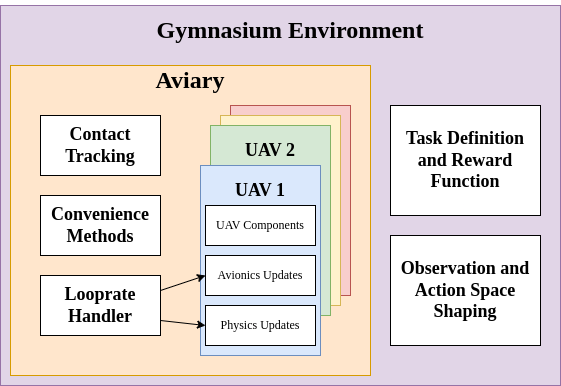
jjshoots/PyFlyt keeps this draw.io diagram as readme_assets/pyflyt_architecture.png. Above is the earlier version. Source tidied: cells renumbered, new cells last; positions are measured from the earlier drawing's top-left corner, leaving out a move shared by most shapes. Source of this version:
```xml
<mxGraphModel>
  <root>
    <mxCell id="0" />
    <mxCell id="1" parent="0" />
    <mxCell id="2" style="rounded=0;whiteSpace=wrap;html=1;fontFamily=Times New Roman;fillColor=#e1d5e7;strokeColor=#9673a6;" parent="1" vertex="1">
      <mxGeometry width="560" height="380" as="geometry" />
    </mxCell>
    <mxCell id="3" style="rounded=0;whiteSpace=wrap;html=1;fontFamily=Times New Roman;fillColor=#ffe6cc;strokeColor=#d79b00;" parent="1" vertex="1">
      <mxGeometry x="10" y="60" width="360" height="310" as="geometry" />
    </mxCell>
    <mxCell id="4" value="&lt;h2&gt;&lt;br&gt;&lt;/h2&gt;" style="rounded=0;whiteSpace=wrap;html=1;fontFamily=Times New Roman;fillColor=#f8cecc;strokeColor=#b85450;" parent="1" vertex="1">
      <mxGeometry x="230" y="100" width="120" height="190" as="geometry" />
    </mxCell>
    <mxCell id="5" value="&lt;h2&gt;&lt;br&gt;&lt;/h2&gt;" style="rounded=0;whiteSpace=wrap;html=1;fontFamily=Times New Roman;fillColor=#fff2cc;strokeColor=#d6b656;" parent="1" vertex="1">
      <mxGeometry x="220" y="110" width="120" height="190" as="geometry" />
    </mxCell>
    <mxCell id="6" value="&lt;h2&gt;&lt;br&gt;&lt;/h2&gt;" style="rounded=0;whiteSpace=wrap;html=1;fontFamily=Times New Roman;fillColor=#d5e8d4;strokeColor=#82b366;" parent="1" vertex="1">
      <mxGeometry x="210" y="120" width="120" height="190" as="geometry" />
    </mxCell>
    <mxCell id="7" value="&lt;h1&gt;&lt;font face=&quot;Times New Roman&quot;&gt;Aviary&lt;/font&gt;&lt;/h1&gt;" style="text;html=1;strokeColor=none;fillColor=none;align=center;verticalAlign=middle;whiteSpace=wrap;rounded=0;" parent="1" vertex="1">
      <mxGeometry x="130" y="60" width="120" height="30" as="geometry" />
    </mxCell>
    <mxCell id="8" value="&lt;h2&gt;&lt;br&gt;&lt;/h2&gt;" style="rounded=0;whiteSpace=wrap;html=1;fontFamily=Times New Roman;fillColor=#dae8fc;strokeColor=#6c8ebf;" parent="1" vertex="1">
      <mxGeometry x="200" y="160" width="120" height="190" as="geometry" />
    </mxCell>
    <mxCell id="9" value="&lt;h2&gt;UAV 1&lt;/h2&gt;" style="text;html=1;strokeColor=none;fillColor=none;align=center;verticalAlign=middle;whiteSpace=wrap;rounded=0;fontFamily=Times New Roman;" parent="1" vertex="1">
      <mxGeometry x="230" y="170" width="60" height="30" as="geometry" />
    </mxCell>
    <mxCell id="10" value="UAV Components" style="rounded=0;whiteSpace=wrap;html=1;fontFamily=Times New Roman;" parent="1" vertex="1">
      <mxGeometry x="205" y="200" width="110" height="40" as="geometry" />
    </mxCell>
    <mxCell id="11" value="Avionics Updates" style="rounded=0;whiteSpace=wrap;html=1;fontFamily=Times New Roman;" parent="1" vertex="1">
      <mxGeometry x="205" y="250" width="110" height="40" as="geometry" />
    </mxCell>
    <mxCell id="12" value="&lt;h2&gt;UAV 2&lt;/h2&gt;" style="text;html=1;strokeColor=none;fillColor=none;align=center;verticalAlign=middle;whiteSpace=wrap;rounded=0;fontFamily=Times New Roman;" parent="1" vertex="1">
      <mxGeometry x="240" y="130" width="60" height="30" as="geometry" />
    </mxCell>
    <mxCell id="13" value="Physics Updates" style="rounded=0;whiteSpace=wrap;html=1;fontFamily=Times New Roman;" parent="1" vertex="1">
      <mxGeometry x="205" y="300" width="110" height="40" as="geometry" />
    </mxCell>
    <mxCell id="14" value="&lt;h2&gt;Looprate Handler&lt;/h2&gt;" style="rounded=0;whiteSpace=wrap;html=1;fontFamily=Times New Roman;" parent="1" vertex="1">
      <mxGeometry x="40" y="270" width="120" height="60" as="geometry" />
    </mxCell>
    <mxCell id="15" value="&lt;h2&gt;Convenience Methods&lt;/h2&gt;" style="rounded=0;whiteSpace=wrap;html=1;fontFamily=Times New Roman;" parent="1" vertex="1">
      <mxGeometry x="40" y="190" width="120" height="60" as="geometry" />
    </mxCell>
    <mxCell id="16" style="endArrow=classic;html=1;rounded=0;fontFamily=Times New Roman;exitX=1;exitY=0.25;exitDx=0;exitDy=0;entryX=0;entryY=0.5;entryDx=0;entryDy=0;" parent="1" edge="1" source="14" target="11">
      <mxGeometry relative="1" as="geometry" />
    </mxCell>
    <mxCell id="17" style="endArrow=classic;html=1;rounded=0;fontFamily=Times New Roman;exitX=1;exitY=0.75;exitDx=0;exitDy=0;entryX=0;entryY=0.5;entryDx=0;entryDy=0;" parent="1" edge="1" source="14" target="13">
      <mxGeometry relative="1" as="geometry" />
    </mxCell>
    <mxCell id="18" value="&lt;h2&gt;Contact Tracking&lt;/h2&gt;" style="rounded=0;whiteSpace=wrap;html=1;fontFamily=Times New Roman;" parent="1" vertex="1">
      <mxGeometry x="40" y="110" width="120" height="60" as="geometry" />
    </mxCell>
    <mxCell id="19" value="&lt;h1&gt;Gymnasium Environment&lt;/h1&gt;" style="text;html=1;strokeColor=none;fillColor=none;align=center;verticalAlign=middle;whiteSpace=wrap;rounded=0;fontFamily=Times New Roman;" parent="1" vertex="1">
      <mxGeometry x="131" y="10" width="318" height="30" as="geometry" />
    </mxCell>
    <mxCell id="20" value="&lt;h2&gt;Task Definition and Reward Function&lt;/h2&gt;" style="rounded=0;whiteSpace=wrap;html=1;fontFamily=Times New Roman;" parent="1" vertex="1">
      <mxGeometry x="390" y="100" width="150" height="110" as="geometry" />
    </mxCell>
    <mxCell id="21" value="&lt;h2&gt;Observation and Action Space Shaping&lt;/h2&gt;" style="rounded=0;whiteSpace=wrap;html=1;fontFamily=Times New Roman;" parent="1" vertex="1">
      <mxGeometry x="390" y="230" width="150" height="110" as="geometry" />
    </mxCell>
  </root>
</mxGraphModel>
```
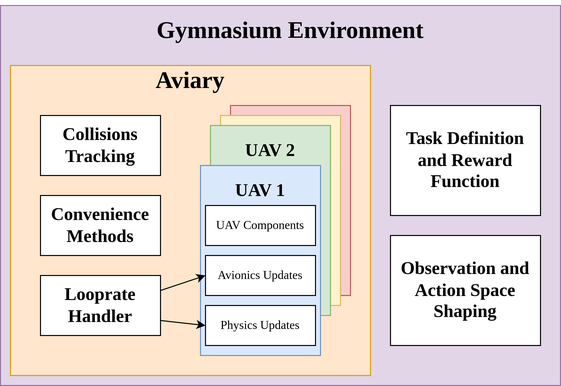
After the change.

The edit, as a diff of the source:
```diff
@@ -50,7 +50,7 @@
     <mxCell id="17" style="endArrow=classic;html=1;rounded=0;fontFamily=Times New Roman;exitX=1;exitY=0.75;exitDx=0;exitDy=0;entryX=0;entryY=0.5;entryDx=0;entryDy=0;" parent="1" edge="1" source="14" target="13">
       <mxGeometry relative="1" as="geometry" />
     </mxCell>
-    <mxCell id="18" value="&lt;h2&gt;Contact Tracking&lt;/h2&gt;" style="rounded=0;whiteSpace=wrap;html=1;fontFamily=Times New Roman;" parent="1" vertex="1">
+    <mxCell id="18" value="&lt;h2&gt;Collisions Tracking&lt;/h2&gt;" style="rounded=0;whiteSpace=wrap;html=1;fontFamily=Times New Roman;" parent="1" vertex="1">
       <mxGeometry x="40" y="110" width="120" height="60" as="geometry" />
     </mxCell>
     <mxCell id="19" value="&lt;h1&gt;Gymnasium Environment&lt;/h1&gt;" style="text;html=1;strokeColor=none;fillColor=none;align=center;verticalAlign=middle;whiteSpace=wrap;rounded=0;fontFamily=Times New Roman;" parent="1" vertex="1">
```
